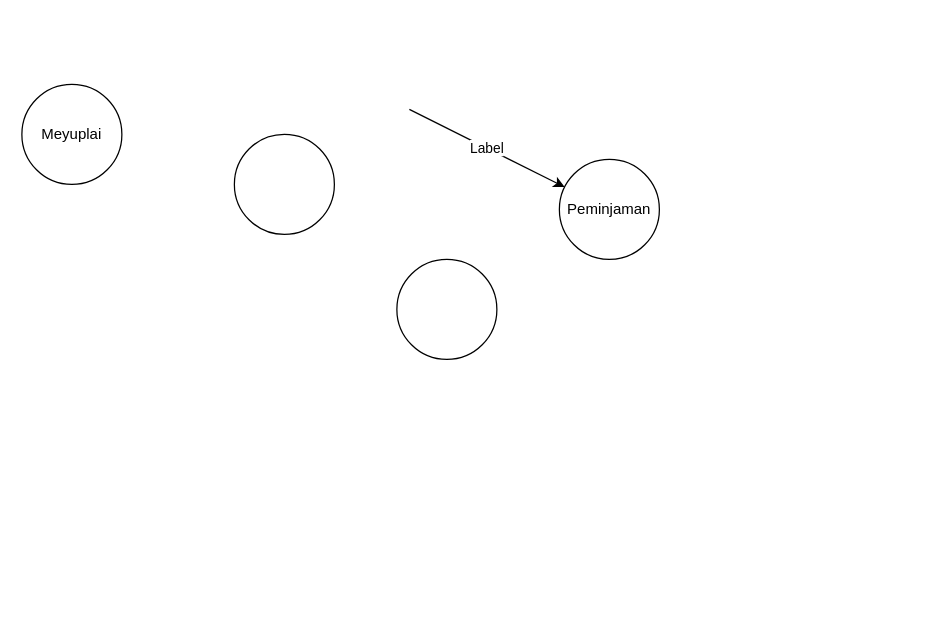
Before: Untitled Diagram.drawio in Sacrit38/CPP-Ponggame, a draw.io diagram. Source tidied: cells renumbered, new cells numbered last; positions are measured from the earlier drawing's top-left corner, leaving out a move shared by most shapes. Both pictures are drawn from the tidied source at 125%, with x=0, y=0 at pixel (21, 84).
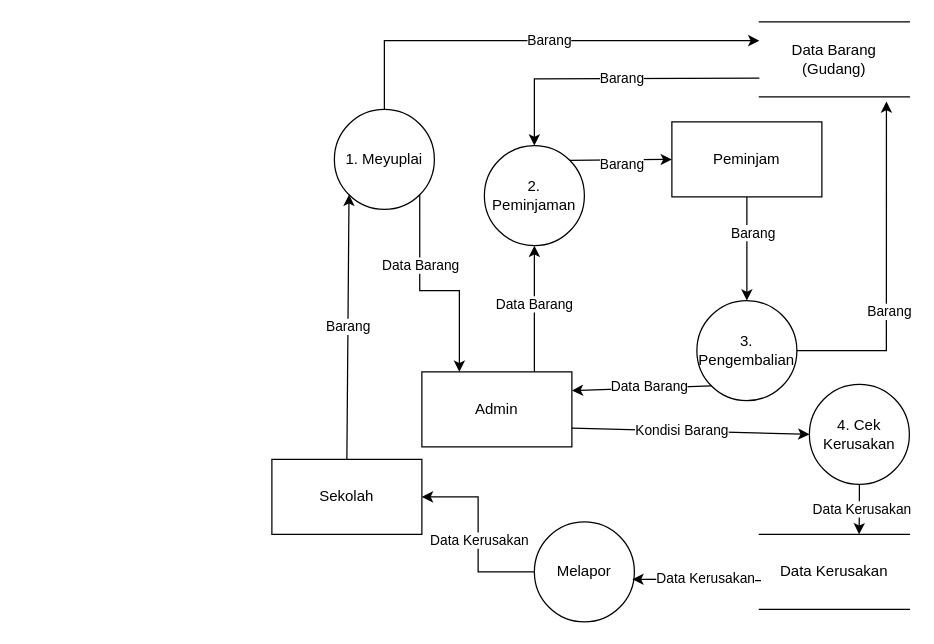
After the change.

Diff of the diagram source:
```diff
@@
-    <mxCell id="2" style="endArrow=classic;html=1;rounded=0;" parent="1" edge="1" target="4">
-      <mxGeometry relative="1" as="geometry">
-        <mxPoint x="310" y="20" as="sourcePoint" />
-      </mxGeometry>
+    <mxCell id="2" style="endArrow=classic;html=1;rounded=0;exitX=0.75;exitY=0;exitDx=0;exitDy=0;entryX=0.5;entryY=1;entryDx=0;entryDy=0;" parent="1" edge="1" source="21" target="4">
+      <mxGeometry relative="1" as="geometry" />
     </mxCell>
-    <mxCell id="3" value="Label" style="edgeLabel;html=1;align=center;verticalAlign=middle;" parent="2" vertex="1">
-      <mxGeometry relative="1" as="geometry" />
-    </mxCell>
+    <mxCell id="8" value="Data Barang" style="edgeLabel;html=1;align=center;verticalAlign=middle;" parent="2" vertex="1">
+      <mxGeometry x="0.09" y="1" relative="1" as="geometry" />
+    </mxCell>
+    <mxCell id="9" style="edgeStyle=orthogonalEdgeStyle;rounded=0;jettySize=auto;html=1;exitX=0.5;exitY=0;exitDx=0;exitDy=0;entryX=0;entryY=0.25;entryDx=0;entryDy=0;" parent="1" edge="1" source="7" target="31">
+      <mxGeometry relative="1" as="geometry">
+        <Array as="points">
+          <mxPoint x="290" y="-35" />
+        </Array>
+      </mxGeometry>
+    </mxCell>
+    <mxCell id="10" value="Barang" style="edgeLabel;html=1;align=center;verticalAlign=middle;" parent="9" vertex="1">
+      <mxGeometry x="0.05" relative="1" as="geometry" />
+    </mxCell>
+    <mxCell id="11" style="edgeStyle=orthogonalEdgeStyle;rounded=0;jettySize=auto;html=1;entryX=0.5;entryY=0;entryDx=0;entryDy=0;exitX=0;exitY=0.75;exitDx=0;exitDy=0;" parent="1" edge="1" target="4">
+      <mxGeometry relative="1" as="geometry">
+        <mxPoint x="590" y="-5" as="sourcePoint" />
+      </mxGeometry>
+    </mxCell>
+    <mxCell id="12" value="Barang" style="edgeLabel;html=1;align=center;verticalAlign=middle;" parent="11" vertex="1">
+      <mxGeometry x="-0.06" y="-1" relative="1" as="geometry" />
+    </mxCell>
-    <mxCell id="4" value="Peminjaman" style="ellipse;whiteSpace=wrap;html=1;" parent="1" vertex="1">
-      <mxGeometry x="430" y="60" width="80" height="80" as="geometry" />
+    <mxCell id="4" value="2. Peminjaman" style="ellipse;whiteSpace=wrap;html=1;" parent="1" vertex="1">
+      <mxGeometry x="370" y="49" width="80" height="80" as="geometry" />
     </mxCell>
+    <mxCell id="13" style="edgeStyle=orthogonalEdgeStyle;rounded=0;jettySize=auto;html=1;exitX=1;exitY=0.5;exitDx=0;exitDy=0;entryX=0.847;entryY=1.061;entryDx=0;entryDy=0;entryPerimeter=0;" parent="1" edge="1" source="5" target="31">
+      <mxGeometry relative="1" as="geometry" />
+    </mxCell>
+    <mxCell id="14" value="Barang" style="edgeLabel;html=1;align=center;verticalAlign=middle;" parent="13" vertex="1">
+      <mxGeometry x="-0.24" y="-2" relative="1" as="geometry" />
+    </mxCell>
-    <mxCell id="5" style="ellipse;whiteSpace=wrap;html=1;" parent="1" vertex="1">
-      <mxGeometry x="170" y="40" width="80" height="80" as="geometry" />
+    <mxCell id="5" value="3. Pengembalian" style="ellipse;whiteSpace=wrap;html=1;" parent="1" vertex="1">
+      <mxGeometry x="540" y="173" width="80" height="80" as="geometry" />
     </mxCell>
+    <mxCell id="15" style="edgeStyle=orthogonalEdgeStyle;rounded=0;jettySize=auto;html=1;exitX=0.5;exitY=1;exitDx=0;exitDy=0;entryX=0.665;entryY=0;entryDx=0;entryDy=0;entryPerimeter=0;" parent="1" edge="1" source="6" target="32">
+      <mxGeometry relative="1" as="geometry" />
+    </mxCell>
+    <mxCell id="16" value="Data Kerusakan" style="edgeLabel;html=1;align=center;verticalAlign=middle;" parent="15" vertex="1">
+      <mxGeometry x="-0.06" y="1" relative="1" as="geometry" />
+    </mxCell>
-    <mxCell id="6" style="ellipse;whiteSpace=wrap;html=1;" parent="1" vertex="1">
-      <mxGeometry x="300" y="140" width="80" height="80" as="geometry" />
+    <mxCell id="6" value="4. Cek Kerusakan" style="ellipse;whiteSpace=wrap;html=1;" parent="1" vertex="1">
+      <mxGeometry x="630" y="240" width="80" height="80" as="geometry" />
     </mxCell>
+    <mxCell id="17" style="edgeStyle=orthogonalEdgeStyle;rounded=0;jettySize=auto;html=1;exitX=1;exitY=1;exitDx=0;exitDy=0;entryX=0.25;entryY=0;entryDx=0;entryDy=0;" parent="1" edge="1" source="7" target="21">
+      <mxGeometry relative="1" as="geometry" />
+    </mxCell>
+    <mxCell id="18" value="Data Barang" style="edgeLabel;html=1;align=center;verticalAlign=middle;" parent="17" vertex="1">
+      <mxGeometry x="-0.35" relative="1" as="geometry" />
+    </mxCell>
-    <mxCell id="7" value="Meyuplai" style="ellipse;whiteSpace=wrap;html=1;" parent="1" vertex="1">
-      <mxGeometry width="80" height="80" as="geometry" />
+    <mxCell id="7" value="1. Meyuplai" style="ellipse;whiteSpace=wrap;html=1;" parent="1" vertex="1">
+      <mxGeometry x="250" y="20" width="80" height="80" as="geometry" />
     </mxCell>
+    <mxCell id="19" value="Peminjam" style="rounded=0;whiteSpace=wrap;html=1;" parent="1" vertex="1">
+      <mxGeometry x="520" y="30" width="120" height="60" as="geometry" />
+    </mxCell>
+    <mxCell id="20" value="Sekolah" style="rounded=0;whiteSpace=wrap;html=1;" parent="1" vertex="1">
+      <mxGeometry x="200" y="300" width="120" height="60" as="geometry" />
+    </mxCell>
+    <mxCell id="21" value="Admin" style="rounded=0;whiteSpace=wrap;html=1;" parent="1" vertex="1">
+      <mxGeometry x="320" y="230" width="120" height="60" as="geometry" />
+    </mxCell>
+    <mxCell id="22" style="endArrow=classic;html=1;rounded=0;exitX=0.5;exitY=1;exitDx=0;exitDy=0;entryX=0.5;entryY=0;entryDx=0;entryDy=0;" parent="1" edge="1" source="19" target="5">
+      <mxGeometry relative="1" as="geometry" />
+    </mxCell>
+    <mxCell id="23" value="Barang" style="edgeLabel;html=1;align=center;verticalAlign=middle;" parent="22" vertex="1">
+      <mxGeometry x="-0.32" y="5" relative="1" as="geometry">
+        <mxPoint x="-1" as="offset" />
+      </mxGeometry>
+    </mxCell>
+    <mxCell id="24" style="endArrow=classic;html=1;rounded=0;entryX=1;entryY=0.25;entryDx=0;entryDy=0;exitX=0;exitY=1;exitDx=0;exitDy=0;" parent="1" edge="1" source="5" target="21">
+      <mxGeometry relative="1" as="geometry" />
+    </mxCell>
+    <mxCell id="25" value="Data Barang" style="edgeLabel;html=1;align=center;verticalAlign=middle;" parent="24" vertex="1">
+      <mxGeometry x="-0.1" y="-1" relative="1" as="geometry" />
+    </mxCell>
+    <mxCell id="26" style="endArrow=classic;html=1;rounded=0;exitX=1;exitY=0;exitDx=0;exitDy=0;entryX=0;entryY=0.5;entryDx=0;entryDy=0;" parent="1" edge="1" source="4" target="19">
+      <mxGeometry relative="1" as="geometry" />
+    </mxCell>
+    <mxCell id="27" value="Barang" style="edgeLabel;html=1;align=center;verticalAlign=middle;" parent="26" vertex="1">
+      <mxGeometry x="0.01" y="-3" relative="1" as="geometry" />
+    </mxCell>
+    <mxCell id="28" style="endArrow=classic;html=1;rounded=0;exitX=1;exitY=0.75;exitDx=0;exitDy=0;entryX=0;entryY=0.5;entryDx=0;entryDy=0;" parent="1" edge="1" source="21" target="6">
+      <mxGeometry relative="1" as="geometry" />
+    </mxCell>
+    <mxCell id="29" value="Kondisi Barang" style="edgeLabel;html=1;align=center;verticalAlign=middle;" parent="28" vertex="1">
+      <mxGeometry x="-0.07" y="1" relative="1" as="geometry" />
+    </mxCell>
+    <mxCell id="30" value="Barang" style="endArrow=classic;html=1;rounded=0;exitX=0.5;exitY=0;exitDx=0;exitDy=0;entryX=0;entryY=1;entryDx=0;entryDy=0;" parent="1" edge="1" source="20" target="7">
+      <mxGeometry relative="1" as="geometry" />
+    </mxCell>
+    <mxCell id="31" value="Data Barang (Gudang)" style="shape=partialRectangle;whiteSpace=wrap;html=1;left=0;right=0;fillColor=none;" parent="1" vertex="1">
+      <mxGeometry x="590" y="-50" width="120" height="60" as="geometry" />
+    </mxCell>
+    <mxCell id="32" value="Data Kerusakan" style="shape=partialRectangle;whiteSpace=wrap;html=1;left=0;right=0;fillColor=none;" parent="1" vertex="1">
+      <mxGeometry x="590" y="360" width="120" height="60" as="geometry" />
+    </mxCell>
+    <mxCell id="33" style="edgeStyle=orthogonalEdgeStyle;rounded=0;jettySize=auto;html=1;exitX=0;exitY=0.5;exitDx=0;exitDy=0;entryX=1;entryY=0.5;entryDx=0;entryDy=0;" parent="1" edge="1" source="35" target="20">
+      <mxGeometry relative="1" as="geometry" />
+    </mxCell>
+    <mxCell id="34" value="Data Kerusakan" style="edgeLabel;html=1;align=center;verticalAlign=middle;" parent="33" vertex="1">
+      <mxGeometry x="-0.05" relative="1" as="geometry" />
+    </mxCell>
+    <mxCell id="35" value="Melapor" style="ellipse;whiteSpace=wrap;html=1;" parent="1" vertex="1">
+      <mxGeometry x="410" y="350" width="80" height="80" as="geometry" />
+    </mxCell>
+    <mxCell id="36" style="edgeStyle=orthogonalEdgeStyle;rounded=0;jettySize=auto;html=1;exitX=0.011;exitY=0.617;exitDx=0;exitDy=0;entryX=0.98;entryY=0.574;entryDx=0;entryDy=0;entryPerimeter=0;exitPerimeter=0;" parent="1" edge="1" source="32" target="35">
+      <mxGeometry relative="1" as="geometry" />
+    </mxCell>
+    <mxCell id="37" value="Data Kerusakan" style="edgeLabel;html=1;align=center;verticalAlign=middle;" parent="36" vertex="1">
+      <mxGeometry x="-0.14" y="-3" relative="1" as="geometry" />
+    </mxCell>
```
